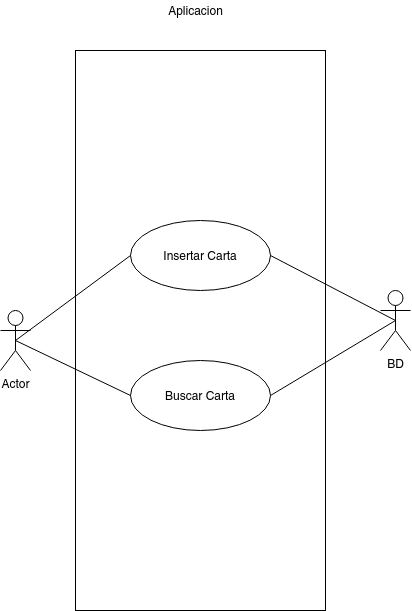
This is imagenes/aplicacion/caso-uso.png from crislemen/MagicDB, a draw.io export, as it was before one commit. Source tidied: cells renumbered, new cells last; positions are measured from the earlier drawing's top-left corner, leaving out a move shared by most shapes.
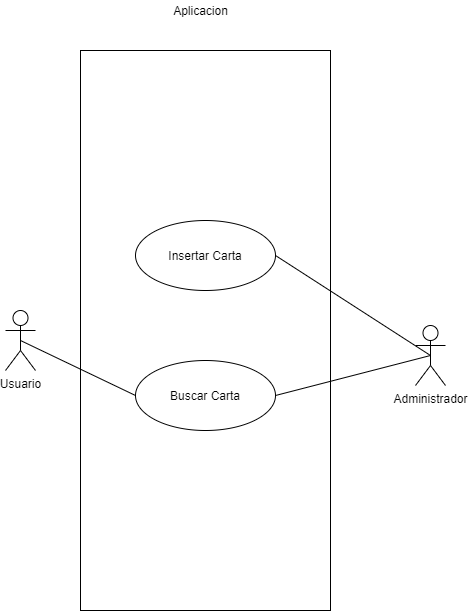
The same diagram one commit later.

Commit message:
actualizado diagrama casos de uso

Diff of the diagram source:
```diff
@@ -2,7 +2,7 @@
   <root>
     <mxCell id="0" />
     <mxCell id="1" parent="0" />
-    <mxCell id="2" value="Actor&lt;br&gt;" style="shape=umlActor;html=1;verticalLabelPosition=bottom;verticalAlign=top;align=center;" parent="1" vertex="1">
+    <mxCell id="2" value="Usuario" style="shape=umlActor;html=1;verticalLabelPosition=bottom;verticalAlign=top;align=center;" parent="1" vertex="1">
       <mxGeometry y="310" width="30" height="60" as="geometry" />
     </mxCell>
     <mxCell id="3" value="Insertar Carta&lt;br&gt;" style="ellipse;whiteSpace=wrap;html=1;" parent="1" vertex="1">
@@ -17,12 +17,9 @@
     <mxCell id="6" value="Aplicacion" style="text;html=1;align=center;verticalAlign=middle;strokeColor=none;" parent="1" vertex="1">
       <mxGeometry x="160" width="70" height="20" as="geometry" />
     </mxCell>
-    <mxCell id="7" value="BD&lt;br&gt;" style="shape=umlActor;verticalLabelPosition=bottom;verticalAlign=top;html=1;outlineConnect=0;" parent="1" vertex="1">
-      <mxGeometry x="380" y="290" width="30" height="60" as="geometry" />
+    <mxCell id="7" value="Administrador" style="shape=umlActor;verticalLabelPosition=bottom;verticalAlign=top;html=1;outlineConnect=0;" parent="1" vertex="1">
+      <mxGeometry x="410" y="325" width="30" height="60" as="geometry" />
     </mxCell>
-    <mxCell id="8" style="edgeStyle=none;html=1;endArrow=none;verticalAlign=bottom;entryX=0;entryY=0.5;entryDx=0;entryDy=0;exitX=0.5;exitY=0.5;exitDx=0;exitDy=0;exitPerimeter=0;" parent="1" edge="1" source="2" target="3">
-      <mxGeometry relative="1" as="geometry" />
-    </mxCell>
     <mxCell id="9" style="edgeStyle=none;html=1;endArrow=none;verticalAlign=bottom;exitX=0.5;exitY=0.5;exitDx=0;exitDy=0;exitPerimeter=0;entryX=0;entryY=0.5;entryDx=0;entryDy=0;" parent="1" edge="1" source="2" target="4">
       <mxGeometry relative="1" as="geometry" />
     </mxCell>
```
